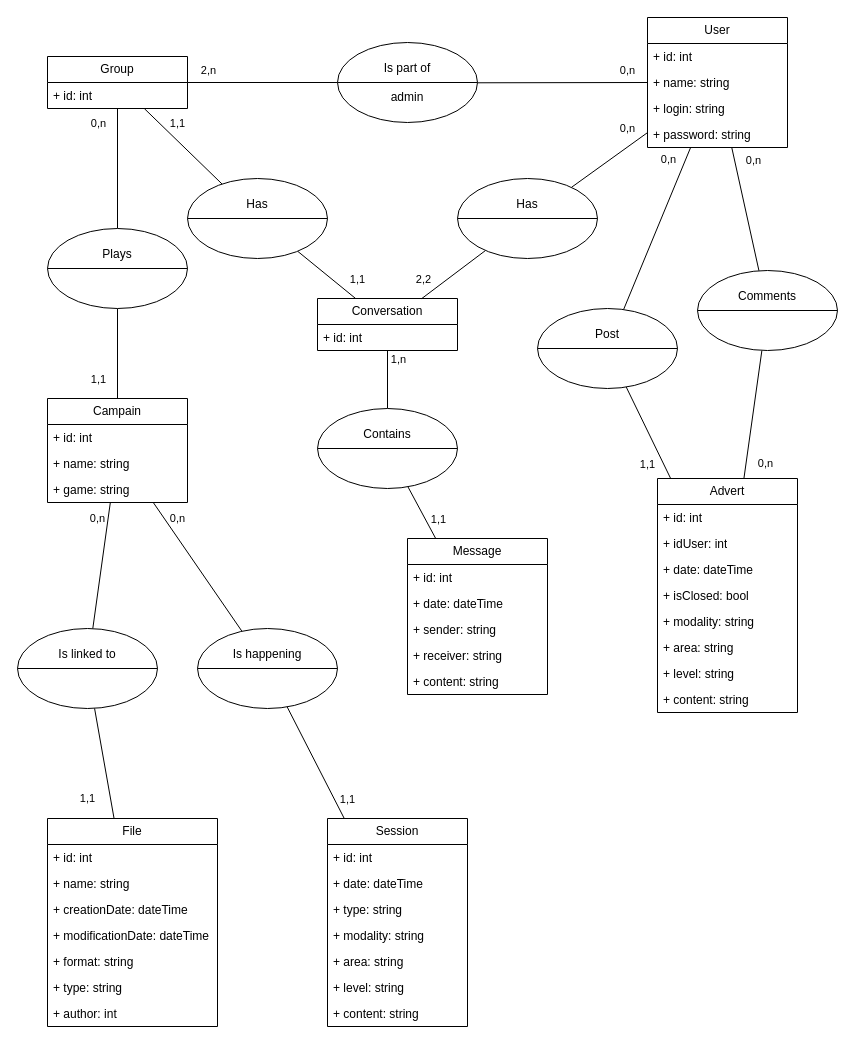
ThreeLeggedDuckling/I3WAD_SymfonyProject keeps this draw.io diagram as page "MCD" (1 of 3) of Documentation/Diagrames.drawio. Above is the earlier version. Source tidied: cells renumbered, new cells numbered last; positions are measured from the earlier drawing's top-left corner, leaving out a move shared by most shapes. Both pictures are drawn from the tidied source at 100%, with x=0, y=0 at pixel (17, 17).
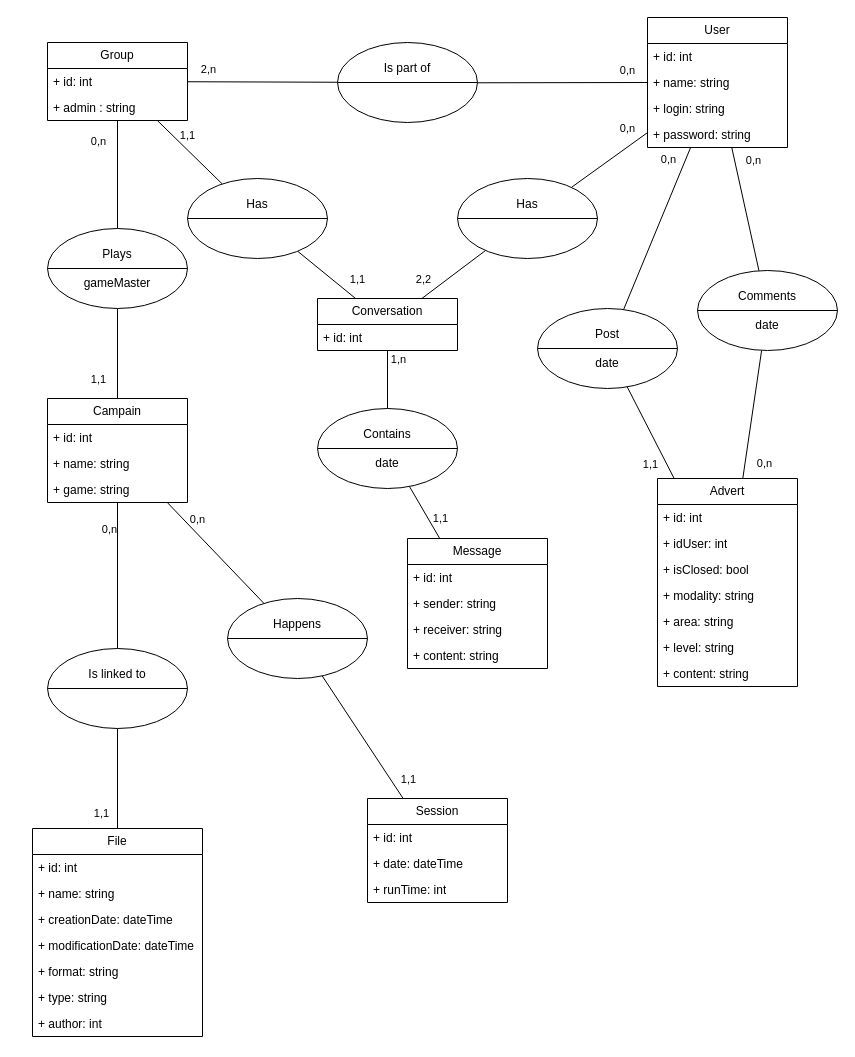
The same diagram, later.

The change refers to these unchanged cells:
```xml
<mxCell id="46" style="endArrow=none;html=1;rounded=0;" parent="1" edge="1" source="85" target="7">
  <mxGeometry relative="1" as="geometry" />
</mxCell>
<mxCell id="48" style="endArrow=none;html=1;rounded=0;" parent="1" edge="1" source="83" target="7">
  <mxGeometry relative="1" as="geometry" />
</mxCell>
<mxCell id="76" style="endArrow=none;html=1;rounded=0;" parent="1" edge="1" source="38" target="89">
  <mxGeometry relative="1" as="geometry" />
</mxCell>
<mxCell id="78" style="endArrow=none;html=1;rounded=0;" parent="1" edge="1" source="90" target="26">
  <mxGeometry relative="1" as="geometry" />
</mxCell>
<mxCell id="80" style="endArrow=none;html=1;rounded=0;" parent="1" edge="1" source="89" target="26">
  <mxGeometry relative="1" as="geometry" />
</mxCell>
```

What changed in the source:
```diff
@@
     <mxCell id="7" value="Group" style="swimlane;fontStyle=0;horizontal=1;startSize=26;fillColor=none;whiteSpace=wrap;html=1;" parent="1" vertex="1">
-      <mxGeometry x="30" y="39" width="140" height="52" as="geometry" />
+      <mxGeometry x="30" y="25" width="140" height="78" as="geometry" />
     </mxCell>
+    <mxCell id="91" value="+ id: int" style="text;strokeColor=none;fillColor=none;align=left;verticalAlign=top;spacingLeft=4;spacingRight=4;overflow=hidden;whiteSpace=wrap;html=1;" parent="7" vertex="1">
+      <mxGeometry y="26" width="140" height="26" as="geometry" />
+    </mxCell>
-    <mxCell id="8" value="+ id: int" style="text;strokeColor=none;fillColor=none;align=left;verticalAlign=top;spacingLeft=4;spacingRight=4;overflow=hidden;whiteSpace=wrap;html=1;" parent="7" vertex="1">
-      <mxGeometry y="26" width="140" height="26" as="geometry" />
+    <mxCell id="8" value="+ admin : string" style="text;strokeColor=none;fillColor=none;align=left;verticalAlign=top;spacingLeft=4;spacingRight=4;overflow=hidden;whiteSpace=wrap;html=1;" parent="7" vertex="1">
+      <mxGeometry y="52" width="140" height="26" as="geometry" />
     </mxCell>
     <mxCell id="9" value="Advert" style="swimlane;fontStyle=0;horizontal=1;startSize=26;fillColor=none;whiteSpace=wrap;html=1;" parent="1" vertex="1">
-      <mxGeometry x="640" y="461" width="140" height="234" as="geometry" />
+      <mxGeometry x="640" y="461" width="140" height="208" as="geometry" />
     </mxCell>
@@
-    <mxCell id="12" value="+ date: dateTime" style="text;strokeColor=none;fillColor=none;align=left;verticalAlign=top;spacingLeft=4;spacingRight=4;overflow=hidden;whiteSpace=wrap;html=1;" parent="9" vertex="1">
-      <mxGeometry y="78" width="140" height="26" as="geometry" />
-    </mxCell>
     <mxCell id="13" value="+ isClosed: bool" style="text;strokeColor=none;fillColor=none;align=left;verticalAlign=top;spacingLeft=4;spacingRight=4;overflow=hidden;whiteSpace=wrap;html=1;" parent="9" vertex="1">
-      <mxGeometry y="104" width="140" height="26" as="geometry" />
+      <mxGeometry y="78" width="140" height="26" as="geometry" />
     </mxCell>
     <mxCell id="14" value="+ modality: string" style="text;strokeColor=none;fillColor=none;align=left;verticalAlign=top;spacingLeft=4;spacingRight=4;overflow=hidden;whiteSpace=wrap;html=1;" parent="9" vertex="1">
-      <mxGeometry y="130" width="140" height="26" as="geometry" />
+      <mxGeometry y="104" width="140" height="26" as="geometry" />
     </mxCell>
     <mxCell id="15" value="+ area: string" style="text;strokeColor=none;fillColor=none;align=left;verticalAlign=top;spacingLeft=4;spacingRight=4;overflow=hidden;whiteSpace=wrap;html=1;" parent="9" vertex="1">
-      <mxGeometry y="156" width="140" height="26" as="geometry" />
+      <mxGeometry y="130" width="140" height="26" as="geometry" />
     </mxCell>
     <mxCell id="16" value="+ level: string" style="text;strokeColor=none;fillColor=none;align=left;verticalAlign=top;spacingLeft=4;spacingRight=4;overflow=hidden;whiteSpace=wrap;html=1;" parent="9" vertex="1">
-      <mxGeometry y="182" width="140" height="26" as="geometry" />
+      <mxGeometry y="156" width="140" height="26" as="geometry" />
     </mxCell>
     <mxCell id="17" value="+ content: string" style="text;strokeColor=none;fillColor=none;align=left;verticalAlign=top;spacingLeft=4;spacingRight=4;overflow=hidden;whiteSpace=wrap;html=1;" parent="9" vertex="1">
-      <mxGeometry y="208" width="140" height="26" as="geometry" />
+      <mxGeometry y="182" width="140" height="26" as="geometry" />
     </mxCell>
@@
     <mxCell id="20" value="Message" style="swimlane;fontStyle=0;horizontal=1;startSize=26;fillColor=none;whiteSpace=wrap;html=1;" parent="1" vertex="1">
-      <mxGeometry x="390" y="521" width="140" height="156" as="geometry" />
+      <mxGeometry x="390" y="521" width="140" height="130" as="geometry" />
     </mxCell>
@@
+    <mxCell id="23" value="+ sender: string" style="text;strokeColor=none;fillColor=none;align=left;verticalAlign=top;spacingLeft=4;spacingRight=4;overflow=hidden;whiteSpace=wrap;html=1;" parent="20" vertex="1">
+      <mxGeometry y="52" width="140" height="26" as="geometry" />
+    </mxCell>
-    <mxCell id="22" value="+ date: dateTime" style="text;strokeColor=none;fillColor=none;align=left;verticalAlign=top;spacingLeft=4;spacingRight=4;overflow=hidden;whiteSpace=wrap;html=1;" parent="20" vertex="1">
-      <mxGeometry y="52" width="140" height="26" as="geometry" />
+    <mxCell id="22" value="+ receiver: string" style="text;strokeColor=none;fillColor=none;align=left;verticalAlign=top;spacingLeft=4;spacingRight=4;overflow=hidden;whiteSpace=wrap;html=1;" parent="20" vertex="1">
+      <mxGeometry y="78" width="140" height="26" as="geometry" />
     </mxCell>
-    <mxCell id="23" value="+ sender: string" style="text;strokeColor=none;fillColor=none;align=left;verticalAlign=top;spacingLeft=4;spacingRight=4;overflow=hidden;whiteSpace=wrap;html=1;" parent="20" vertex="1">
-      <mxGeometry y="78" width="140" height="26" as="geometry" />
-    </mxCell>
-    <mxCell id="24" value="+ receiver: string" style="text;strokeColor=none;fillColor=none;align=left;verticalAlign=top;spacingLeft=4;spacingRight=4;overflow=hidden;whiteSpace=wrap;html=1;" parent="20" vertex="1">
-      <mxGeometry y="104" width="140" height="26" as="geometry" />
-    </mxCell>
     <mxCell id="25" value="+ content: string" style="text;strokeColor=none;fillColor=none;align=left;verticalAlign=top;spacingLeft=4;spacingRight=4;overflow=hidden;whiteSpace=wrap;html=1;" parent="20" vertex="1">
-      <mxGeometry y="130" width="140" height="26" as="geometry" />
+      <mxGeometry y="104" width="140" height="26" as="geometry" />
     </mxCell>
@@
     <mxCell id="30" value="File" style="swimlane;fontStyle=0;horizontal=1;startSize=26;fillColor=none;whiteSpace=wrap;html=1;" parent="1" vertex="1">
-      <mxGeometry x="30" y="801" width="170" height="208" as="geometry" />
+      <mxGeometry x="15" y="811" width="170" height="208" as="geometry" />
     </mxCell>
@@
     <mxCell id="38" value="Session" style="swimlane;fontStyle=0;horizontal=1;startSize=26;fillColor=none;whiteSpace=wrap;html=1;" parent="1" vertex="1">
-      <mxGeometry x="310" y="801" width="140" height="208" as="geometry" />
+      <mxGeometry x="350" y="781" width="140" height="104" as="geometry" />
     </mxCell>
@@
-    <mxCell id="41" value="+ type: string" style="text;strokeColor=none;fillColor=none;align=left;verticalAlign=top;spacingLeft=4;spacingRight=4;overflow=hidden;whiteSpace=wrap;html=1;" parent="38" vertex="1">
+    <mxCell id="41" value="+ runTime: int" style="text;strokeColor=none;fillColor=none;align=left;verticalAlign=top;spacingLeft=4;spacingRight=4;overflow=hidden;whiteSpace=wrap;html=1;" parent="38" vertex="1">
       <mxGeometry y="78" width="140" height="26" as="geometry" />
     </mxCell>
-    <mxCell id="42" value="+ modality: string" style="text;strokeColor=none;fillColor=none;align=left;verticalAlign=top;spacingLeft=4;spacingRight=4;overflow=hidden;whiteSpace=wrap;html=1;" parent="38" vertex="1">
-      <mxGeometry y="104" width="140" height="26" as="geometry" />
-    </mxCell>
-    <mxCell id="43" value="+ area: string" style="text;strokeColor=none;fillColor=none;align=left;verticalAlign=top;spacingLeft=4;spacingRight=4;overflow=hidden;whiteSpace=wrap;html=1;" parent="38" vertex="1">
-      <mxGeometry y="130" width="140" height="26" as="geometry" />
-    </mxCell>
-    <mxCell id="44" value="+ level: string" style="text;strokeColor=none;fillColor=none;align=left;verticalAlign=top;spacingLeft=4;spacingRight=4;overflow=hidden;whiteSpace=wrap;html=1;" parent="38" vertex="1">
-      <mxGeometry y="156" width="140" height="26" as="geometry" />
-    </mxCell>
-    <mxCell id="45" value="+ content: string" style="text;strokeColor=none;fillColor=none;align=left;verticalAlign=top;spacingLeft=4;spacingRight=4;overflow=hidden;whiteSpace=wrap;html=1;" parent="38" vertex="1">
-      <mxGeometry y="182" width="140" height="26" as="geometry" />
-    </mxCell>
@@
     <mxCell id="47" value="0,n" style="edgeLabel;html=1;align=center;verticalAlign=middle;" parent="46" vertex="1">
       <mxGeometry y="-1" relative="1" as="geometry">
-        <mxPoint x="-21" y="-46" as="offset" />
+        <mxPoint x="-21" y="-34" as="offset" />
       </mxGeometry>
     </mxCell>
@@
     <mxCell id="49" value="1,1" style="edgeLabel;html=1;align=center;verticalAlign=middle;" parent="48" vertex="1">
       <mxGeometry x="-0.02" y="-2" relative="1" as="geometry">
-        <mxPoint x="-8" y="-23" as="offset" />
+        <mxPoint x="-5" y="-17" as="offset" />
       </mxGeometry>
     </mxCell>
@@
     <mxCell id="77" value="1,1" style="edgeLabel;html=1;align=center;verticalAlign=middle;" parent="76" vertex="1">
       <mxGeometry x="0.04" y="-2" relative="1" as="geometry">
-        <mxPoint x="31" y="39" as="offset" />
+        <mxPoint x="45" y="45" as="offset" />
       </mxGeometry>
     </mxCell>
@@
     <mxCell id="79" value="0,n" style="edgeLabel;html=1;align=center;verticalAlign=middle;" parent="78" vertex="1">
       <mxGeometry x="-0.01" y="-1" relative="1" as="geometry">
-        <mxPoint x="-5" y="-48" as="offset" />
+        <mxPoint x="-10" y="-48" as="offset" />
       </mxGeometry>
     </mxCell>
@@
     <mxCell id="81" value="0,n" style="edgeLabel;html=1;align=center;verticalAlign=middle;" parent="80" vertex="1">
       <mxGeometry x="-0.03" y="1" relative="1" as="geometry">
-        <mxPoint x="-21" y="-51" as="offset" />
+        <mxPoint x="-19" y="-36" as="offset" />
       </mxGeometry>
     </mxCell>
-    <mxCell id="82" value="&lt;div&gt;Is part of&lt;/div&gt;&lt;div&gt;&lt;br&gt;&lt;/div&gt;&lt;div&gt;admin&lt;/div&gt;" style="shape=lineEllipse;perimeter=ellipsePerimeter;whiteSpace=wrap;html=1;backgroundOutline=1;" parent="1" vertex="1">
+    <mxCell id="82" value="&lt;div&gt;Is part of&lt;/div&gt;&lt;div&gt;&lt;br&gt;&lt;/div&gt;&lt;div&gt;&lt;br&gt;&lt;/div&gt;" style="shape=lineEllipse;perimeter=ellipsePerimeter;whiteSpace=wrap;html=1;backgroundOutline=1;" parent="1" vertex="1">
       <mxGeometry x="320" y="25" width="140" height="80" as="geometry" />
     </mxCell>
@@
-    <mxCell id="85" value="&lt;div&gt;Plays&lt;/div&gt;&lt;div&gt;&lt;br&gt;&lt;/div&gt;&lt;div&gt;&lt;br&gt;&lt;/div&gt;" style="shape=lineEllipse;perimeter=ellipsePerimeter;whiteSpace=wrap;html=1;backgroundOutline=1;" parent="1" vertex="1">
+    <mxCell id="85" value="&lt;div&gt;Plays&lt;/div&gt;&lt;div&gt;&lt;br&gt;&lt;/div&gt;&lt;div&gt;gameMaster&lt;/div&gt;" style="shape=lineEllipse;perimeter=ellipsePerimeter;whiteSpace=wrap;html=1;backgroundOutline=1;" parent="1" vertex="1">
       <mxGeometry x="30" y="211" width="140" height="80" as="geometry" />
     </mxCell>
-    <mxCell id="86" value="&lt;div&gt;Contains&lt;/div&gt;&lt;div&gt;&lt;br&gt;&lt;/div&gt;&lt;div&gt;&lt;br&gt;&lt;/div&gt;" style="shape=lineEllipse;perimeter=ellipsePerimeter;whiteSpace=wrap;html=1;backgroundOutline=1;" parent="1" vertex="1">
+    <mxCell id="86" value="&lt;div&gt;Contains&lt;/div&gt;&lt;div&gt;&lt;br&gt;&lt;/div&gt;&lt;div&gt;date&lt;/div&gt;" style="shape=lineEllipse;perimeter=ellipsePerimeter;whiteSpace=wrap;html=1;backgroundOutline=1;" parent="1" vertex="1">
       <mxGeometry x="300" y="391" width="140" height="80" as="geometry" />
     </mxCell>
-    <mxCell id="87" value="&lt;div&gt;Post&lt;/div&gt;&lt;div&gt;&lt;br&gt;&lt;/div&gt;&lt;div&gt;&lt;br&gt;&lt;/div&gt;" style="shape=lineEllipse;perimeter=ellipsePerimeter;whiteSpace=wrap;html=1;backgroundOutline=1;" parent="1" vertex="1">
+    <mxCell id="87" value="&lt;div&gt;Post&lt;/div&gt;&lt;div&gt;&lt;br&gt;&lt;/div&gt;&lt;div&gt;date&lt;/div&gt;" style="shape=lineEllipse;perimeter=ellipsePerimeter;whiteSpace=wrap;html=1;backgroundOutline=1;" parent="1" vertex="1">
       <mxGeometry x="520" y="291" width="140" height="80" as="geometry" />
     </mxCell>
-    <mxCell id="88" value="&lt;div&gt;Comments&lt;/div&gt;&lt;div&gt;&lt;br&gt;&lt;/div&gt;&lt;div&gt;&lt;br&gt;&lt;/div&gt;" style="shape=lineEllipse;perimeter=ellipsePerimeter;whiteSpace=wrap;html=1;backgroundOutline=1;" parent="1" vertex="1">
+    <mxCell id="88" value="&lt;div&gt;Comments&lt;/div&gt;&lt;div&gt;&lt;br&gt;&lt;/div&gt;&lt;div&gt;date&lt;/div&gt;" style="shape=lineEllipse;perimeter=ellipsePerimeter;whiteSpace=wrap;html=1;backgroundOutline=1;" parent="1" vertex="1">
       <mxGeometry x="680" y="253" width="140" height="80" as="geometry" />
     </mxCell>
-    <mxCell id="89" value="&lt;div&gt;Is happening&lt;/div&gt;&lt;div&gt;&lt;br&gt;&lt;/div&gt;&lt;div&gt;&lt;br&gt;&lt;/div&gt;" style="shape=lineEllipse;perimeter=ellipsePerimeter;whiteSpace=wrap;html=1;backgroundOutline=1;" parent="1" vertex="1">
-      <mxGeometry x="180" y="611" width="140" height="80" as="geometry" />
+    <mxCell id="89" value="&lt;div&gt;Happens&lt;/div&gt;&lt;div&gt;&lt;br&gt;&lt;/div&gt;&lt;div&gt;&lt;br&gt;&lt;/div&gt;" style="shape=lineEllipse;perimeter=ellipsePerimeter;whiteSpace=wrap;html=1;backgroundOutline=1;" parent="1" vertex="1">
+      <mxGeometry x="210" y="581" width="140" height="80" as="geometry" />
     </mxCell>
     <mxCell id="90" value="&lt;div&gt;Is linked to&lt;/div&gt;&lt;div&gt;&lt;br&gt;&lt;/div&gt;&lt;div&gt;&lt;br&gt;&lt;/div&gt;" style="shape=lineEllipse;perimeter=ellipsePerimeter;whiteSpace=wrap;html=1;backgroundOutline=1;" parent="1" vertex="1">
-      <mxGeometry y="611" width="140" height="80" as="geometry" />
+      <mxGeometry x="30" y="631" width="140" height="80" as="geometry" />
     </mxCell>
```
